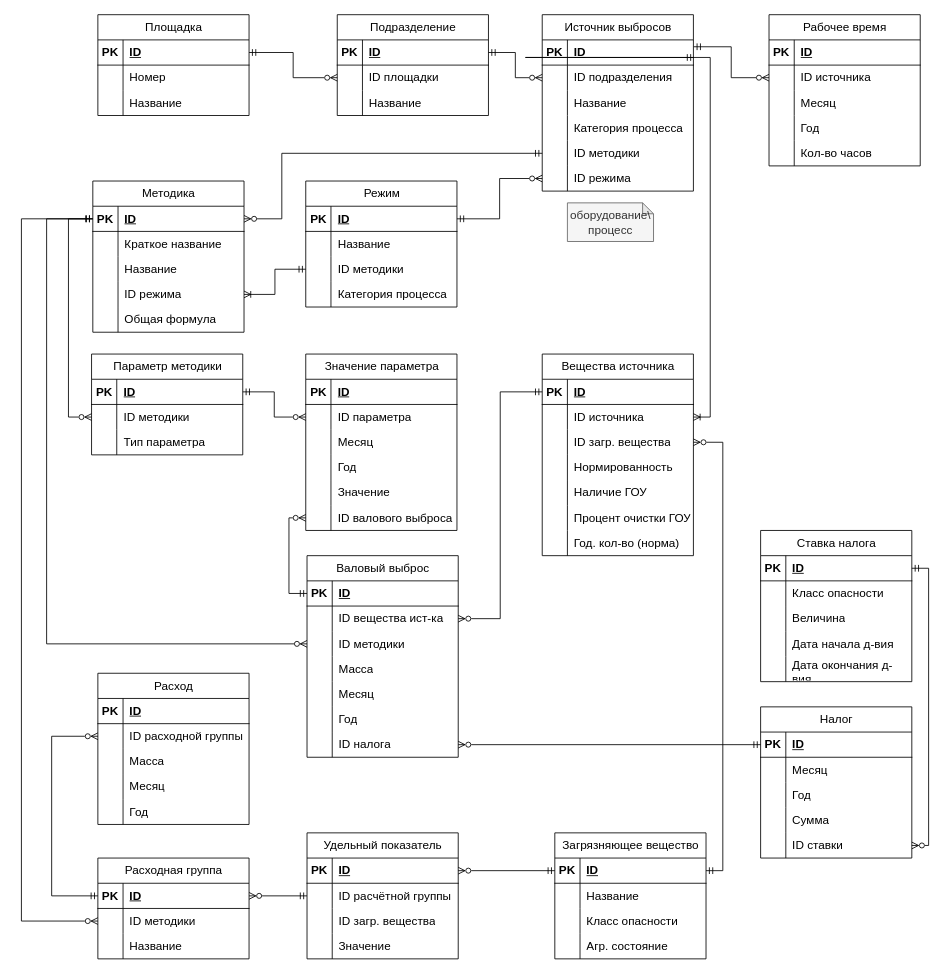
The draw.io diagram page "Entity-Relation" (1 of 4) of диплом_выбросы.drawio in leg0ushque/emission-tracking-app, before the edit. Source tidied: cells renumbered, new cells numbered last; positions are measured from the earlier drawing's top-left corner, leaving out a move shared by most shapes. Both pictures are drawn from the tidied source at 84%, with x=0, y=0 at pixel (21, 14).
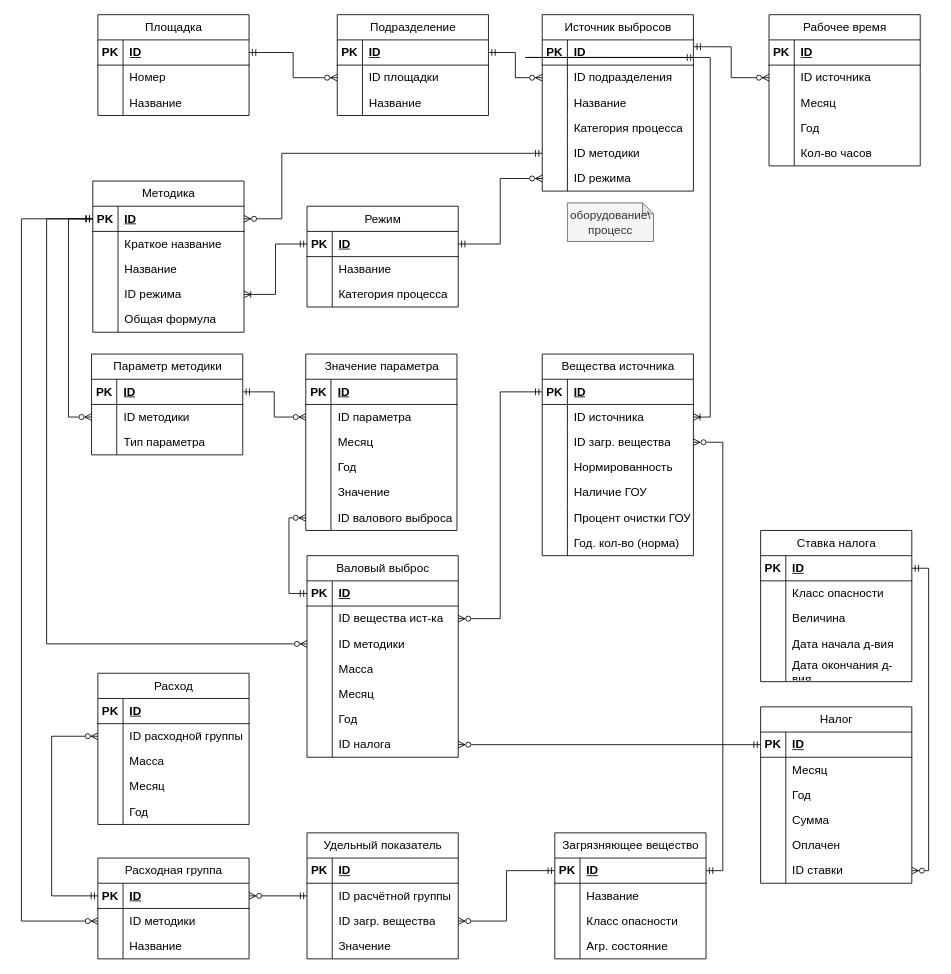
After the change.

The change refers to these unchanged cells:
```xml
<mxCell id="46" style="shape=tableRow;horizontal=0;startSize=0;swimlaneHead=0;swimlaneBody=0;fillColor=none;points=[[0,0.5],[1,0.5]];portConstraint=eastwest;top=0;left=0;right=0;bottom=1;fontSize=14;" parent="45" vertex="1">
  <mxGeometry y="30" width="180" height="30" as="geometry" />
</mxCell>
<mxCell id="83" style="shape=tableRow;horizontal=0;startSize=0;swimlaneHead=0;swimlaneBody=0;fillColor=none;points=[[0,0.5],[1,0.5]];portConstraint=eastwest;top=0;left=0;right=0;bottom=1;fontSize=14;" parent="82" vertex="1">
  <mxGeometry y="30" width="180" height="30" as="geometry" />
</mxCell>
<mxCell id="106" style="shape=tableRow;horizontal=0;startSize=0;swimlaneHead=0;swimlaneBody=0;fillColor=none;points=[[0,0.5],[1,0.5]];portConstraint=eastwest;top=0;left=0;right=0;bottom=0;fontSize=14;" parent="96" vertex="1">
  <mxGeometry y="120" width="180" height="30" as="geometry" />
</mxCell>
<mxCell id="233" style="shape=tableRow;horizontal=0;startSize=0;swimlaneHead=0;swimlaneBody=0;fillColor=none;points=[[0,0.5],[1,0.5]];portConstraint=eastwest;top=0;left=0;right=0;bottom=1;fontSize=14;" parent="232" vertex="1">
  <mxGeometry y="30" width="180" height="30" as="geometry" />
</mxCell>
<mxCell id="239" style="shape=tableRow;horizontal=0;startSize=0;swimlaneHead=0;swimlaneBody=0;fillColor=none;points=[[0,0.5],[1,0.5]];portConstraint=eastwest;top=0;left=0;right=0;bottom=0;fontSize=14;" parent="232" vertex="1">
  <mxGeometry y="90" width="180" height="30" as="geometry" />
</mxCell>
```

Diff of the diagram source:
```diff
@@
     <mxCell id="82" value="&lt;span style=&quot;font-weight: 400;&quot;&gt;Режим&lt;/span&gt;" style="shape=table;startSize=30;childLayout=tableLayout;rowLines=0;fontStyle=1;align=center;html=1;fontSize=14;" parent="1" vertex="1">
-      <mxGeometry x="338.5" y="198" width="180" height="150" as="geometry" />
+      <mxGeometry x="340" y="228" width="180" height="120" as="geometry" />
     </mxCell>
@@
-    <mxCell id="89" style="shape=tableRow;horizontal=0;startSize=0;swimlaneHead=0;swimlaneBody=0;fillColor=none;points=[[0,0.5],[1,0.5]];portConstraint=eastwest;top=0;left=0;right=0;bottom=0;fontSize=14;" parent="82" vertex="1">
-      <mxGeometry y="90" width="180" height="30" as="geometry" />
-    </mxCell>
-    <mxCell id="90" style="shape=partialRectangle;fillColor=none;top=0;left=0;bottom=0;right=0;overflow=hidden;whiteSpace=wrap;html=1;fontSize=14;" parent="89" vertex="1">
-      <mxGeometry width="30" height="30" as="geometry" />
-    </mxCell>
-    <mxCell id="91" value="ID методики" style="shape=partialRectangle;fillColor=none;top=0;left=0;bottom=0;right=0;align=left;spacingLeft=6;overflow=hidden;whiteSpace=wrap;html=1;fontSize=14;" parent="89" vertex="1">
-      <mxGeometry x="30" width="150" height="30" as="geometry" />
-    </mxCell>
     <mxCell id="92" style="shape=tableRow;horizontal=0;startSize=0;swimlaneHead=0;swimlaneBody=0;fillColor=none;top=0;left=0;right=0;bottom=0;fontSize=14;" parent="82" vertex="1">
-      <mxGeometry y="120" width="180" height="30" as="geometry" />
+      <mxGeometry y="90" width="180" height="30" as="geometry" />
     </mxCell>
@@
-    <mxCell id="113" style="edgeStyle=orthogonalEdgeStyle;shape=connector;rounded=0;jettySize=auto;html=1;exitX=0;exitY=0.5;exitDx=0;exitDy=0;entryX=1;entryY=0.5;entryDx=0;entryDy=0;strokeColor=default;align=center;verticalAlign=middle;fontFamily=Helvetica;fontSize=14;fontColor=default;labelBackgroundColor=default;startArrow=ERmandOne;startFill=0;endArrow=ERoneToMany;endFill=0;" parent="1" edge="1" source="89" target="106">
+    <mxCell id="113" style="edgeStyle=orthogonalEdgeStyle;shape=connector;rounded=0;jettySize=auto;html=1;exitX=0;exitY=0.5;exitDx=0;exitDy=0;entryX=1;entryY=0.5;entryDx=0;entryDy=0;strokeColor=default;align=center;verticalAlign=middle;fontFamily=Helvetica;fontSize=14;fontColor=default;labelBackgroundColor=default;startArrow=ERmandOne;startFill=0;endArrow=ERoneToMany;endFill=0;" parent="1" edge="1" source="83" target="106">
       <mxGeometry relative="1" as="geometry" />
     </mxCell>
@@
-    <mxCell id="157" style="edgeStyle=orthogonalEdgeStyle;shape=connector;rounded=0;jettySize=auto;html=1;exitX=0;exitY=0.5;exitDx=0;exitDy=0;entryX=1;entryY=0.5;entryDx=0;entryDy=0;strokeColor=default;align=center;verticalAlign=middle;fontFamily=Helvetica;fontSize=14;fontColor=default;labelBackgroundColor=default;startArrow=ERmandOne;startFill=0;endArrow=ERzeroToMany;endFill=0;" parent="1" edge="1" source="46" target="233">
+    <mxCell id="157" style="edgeStyle=orthogonalEdgeStyle;shape=connector;rounded=0;jettySize=auto;html=1;exitX=0;exitY=0.5;exitDx=0;exitDy=0;entryX=1;entryY=0.5;entryDx=0;entryDy=0;strokeColor=default;align=center;verticalAlign=middle;fontFamily=Helvetica;fontSize=14;fontColor=default;labelBackgroundColor=default;startArrow=ERmandOne;startFill=0;endArrow=ERzeroToMany;endFill=0;" parent="1" edge="1" source="46" target="239">
       <mxGeometry relative="1" as="geometry" />
     </mxCell>
@@
     <mxCell id="199" value="&lt;span style=&quot;font-weight: 400;&quot;&gt;Налог&lt;/span&gt;" style="shape=table;startSize=30;childLayout=tableLayout;rowLines=0;fontStyle=1;align=center;html=1;fontSize=14;" parent="1" vertex="1">
-      <mxGeometry x="880" y="824" width="180" height="180" as="geometry" />
+      <mxGeometry x="880" y="824" width="180" height="210" as="geometry" />
     </mxCell>
@@
+    <mxCell id="263" style="shape=tableRow;horizontal=0;startSize=0;swimlaneHead=0;swimlaneBody=0;fillColor=none;top=0;left=0;right=0;bottom=0;fontSize=14;" parent="199" vertex="1">
+      <mxGeometry y="150" width="180" height="30" as="geometry" />
+    </mxCell>
+    <mxCell id="90" style="shape=partialRectangle;fillColor=none;top=0;left=0;bottom=0;right=0;overflow=hidden;whiteSpace=wrap;html=1;fontSize=14;" parent="263" vertex="1">
+      <mxGeometry width="30" height="30" as="geometry" />
+    </mxCell>
+    <mxCell id="264" value="Оплачен" style="shape=partialRectangle;fillColor=none;top=0;left=0;bottom=0;right=0;align=left;spacingLeft=6;overflow=hidden;whiteSpace=wrap;html=1;fontSize=14;" parent="263" vertex="1">
+      <mxGeometry x="30" width="150" height="30" as="geometry" />
+    </mxCell>
     <mxCell id="212" style="shape=tableRow;horizontal=0;startSize=0;swimlaneHead=0;swimlaneBody=0;fillColor=none;points=[[0,0.5],[1,0.5]];portConstraint=eastwest;top=0;left=0;right=0;bottom=0;fontSize=14;" parent="199" vertex="1">
-      <mxGeometry y="150" width="180" height="30" as="geometry" />
+      <mxGeometry y="180" width="180" height="30" as="geometry" />
     </mxCell>
```
